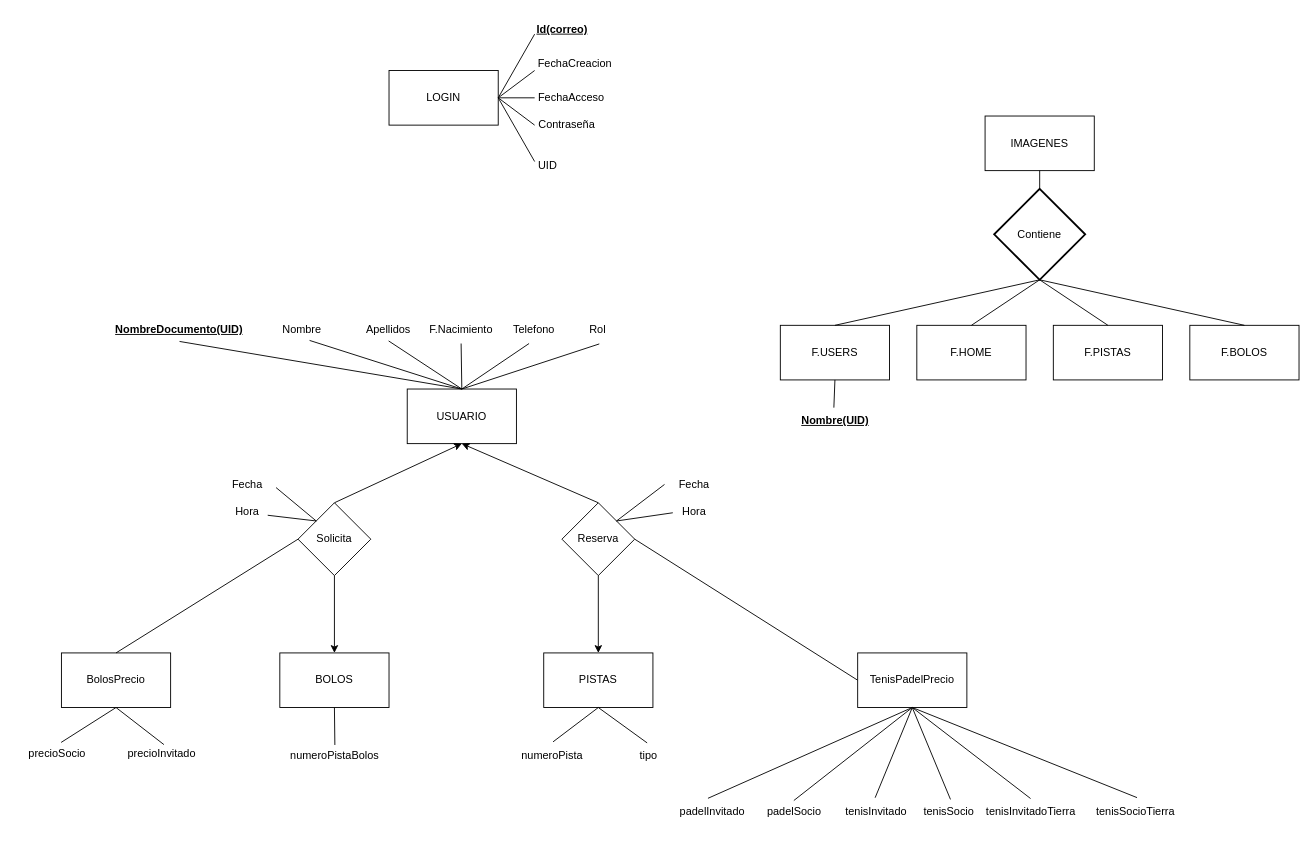
vod275/TFG_VIctor_Oliver keeps this draw.io diagram as Trabajo_Fin_Grado/E02/DiagramaClasesUso.drawio. Above is the earlier version. Source tidied: cells renumbered, new cells numbered last; positions are measured from the earlier drawing's top-left corner, leaving out a move shared by most shapes. Both pictures are drawn from the tidied source at 91%, with x=0, y=0 at pixel (15, 15).
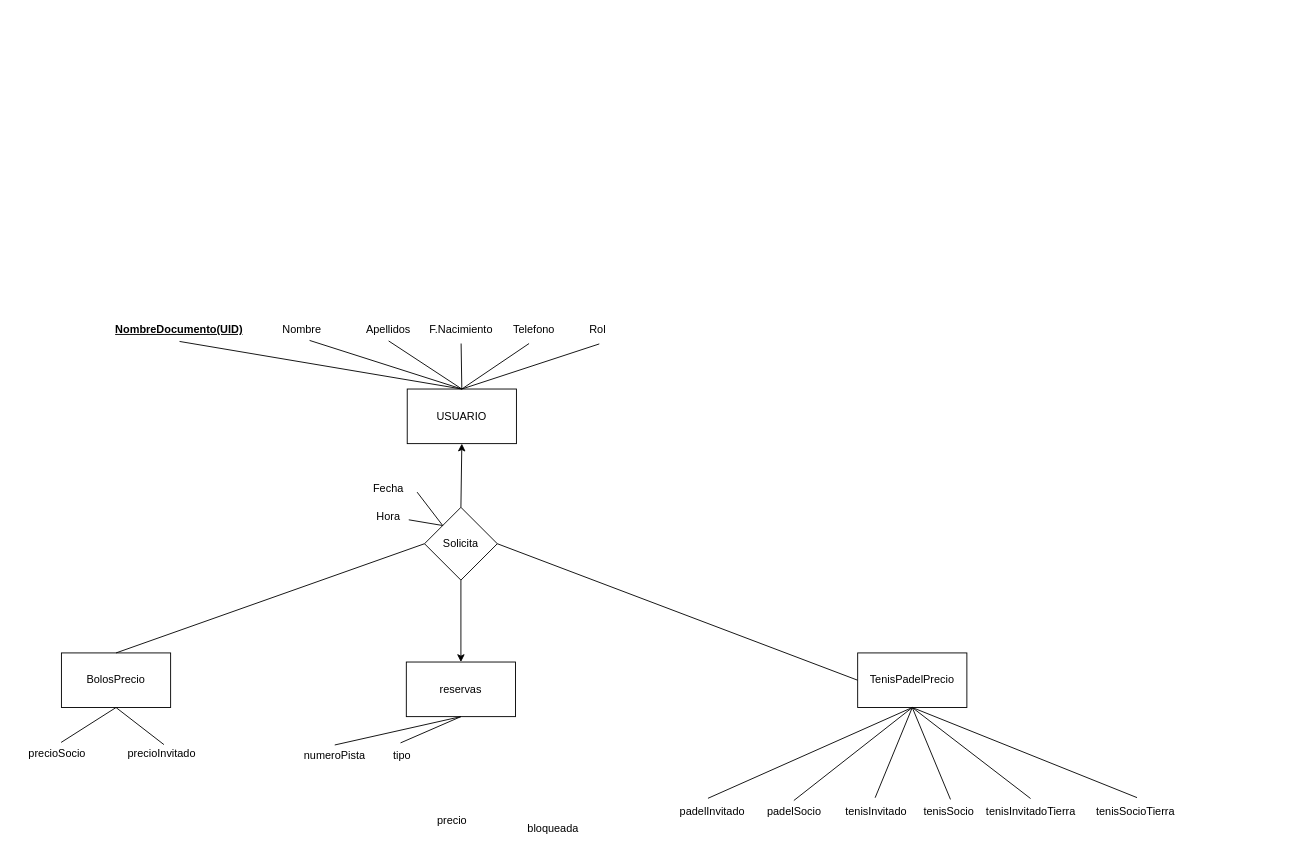
The same page after the edit.

Commit message (it also covers changes not shown here):
Funciona el bloqueo y reserva bolos

The change refers to these unchanged cells:
```xml
<mxCell id="5" value="USUARIO" style="rounded=0;whiteSpace=wrap;html=1;" parent="1" vertex="1">
  <mxGeometry x="430" y="410" width="120" height="60" as="geometry" />
</mxCell>
<mxCell id="62" value="TenisPadelPrecio" style="rounded=0;whiteSpace=wrap;html=1;" parent="1" vertex="1">
  <mxGeometry x="925" y="700" width="120" height="60" as="geometry" />
</mxCell>
```

What changed in the source:
```diff
@@
-    <mxCell id="2" value="Contiene" style="strokeWidth=2;html=1;shape=mxgraph.flowchart.decision;whiteSpace=wrap;rounded=0;" parent="1" vertex="1">
-      <mxGeometry x="1075" y="190" width="100" height="100" as="geometry" />
-    </mxCell>
-    <mxCell id="3" value="LOGIN" style="rounded=0;whiteSpace=wrap;html=1;" parent="1" vertex="1">
-      <mxGeometry x="410" y="60" width="120" height="60" as="geometry" />
-    </mxCell>
-    <mxCell id="4" value="IMAGENES" style="rounded=0;whiteSpace=wrap;html=1;" parent="1" vertex="1">
-      <mxGeometry x="1065" y="110" width="120" height="60" as="geometry" />
-    </mxCell>
@@
-    <mxCell id="6" style="endArrow=none;html=1;rounded=0;exitX=1;exitY=0.5;exitDx=0;exitDy=0;" parent="1" edge="1" source="3">
-      <mxGeometry relative="1" as="geometry">
-        <mxPoint x="570" y="20" as="targetPoint" />
-      </mxGeometry>
-    </mxCell>
-    <mxCell id="7" style="endArrow=none;html=1;rounded=0;" parent="1" edge="1">
-      <mxGeometry relative="1" as="geometry">
-        <mxPoint x="530" y="90" as="sourcePoint" />
-        <mxPoint x="570" y="90" as="targetPoint" />
-      </mxGeometry>
-    </mxCell>
-    <mxCell id="8" style="endArrow=none;html=1;rounded=0;exitX=1;exitY=0.5;exitDx=0;exitDy=0;" parent="1" edge="1" source="3">
-      <mxGeometry relative="1" as="geometry">
-        <mxPoint x="570" y="120" as="targetPoint" />
-      </mxGeometry>
-    </mxCell>
-    <mxCell id="9" style="endArrow=none;html=1;rounded=0;exitX=1;exitY=0.5;exitDx=0;exitDy=0;" parent="1" edge="1" source="3">
-      <mxGeometry relative="1" as="geometry">
-        <mxPoint x="570" y="60" as="targetPoint" />
-      </mxGeometry>
-    </mxCell>
-    <mxCell id="10" style="endArrow=none;html=1;rounded=0;exitX=1;exitY=0.5;exitDx=0;exitDy=0;" parent="1" edge="1" source="3">
-      <mxGeometry relative="1" as="geometry">
-        <mxPoint x="570" y="160" as="targetPoint" />
-      </mxGeometry>
-    </mxCell>
-    <mxCell id="11" value="Id(correo)" style="text;html=1;align=center;verticalAlign=middle;fontStyle=5;rounded=0;" parent="1" vertex="1">
-      <mxGeometry x="560" width="80" height="30" as="geometry" />
-    </mxCell>
-    <mxCell id="12" value="FechaCreacion" style="text;html=1;align=center;verticalAlign=middle;rounded=0;" parent="1" vertex="1">
-      <mxGeometry x="564" y="38" width="100" height="30" as="geometry" />
-    </mxCell>
-    <mxCell id="13" value="FechaAcceso" style="text;html=1;align=center;verticalAlign=middle;rounded=0;" parent="1" vertex="1">
-      <mxGeometry x="560" y="75" width="100" height="30" as="geometry" />
-    </mxCell>
-    <mxCell id="14" value="Contraseña" style="text;html=1;align=center;verticalAlign=middle;rounded=0;" parent="1" vertex="1">
-      <mxGeometry x="560" y="105" width="90" height="30" as="geometry" />
-    </mxCell>
-    <mxCell id="15" value="UID" style="text;html=1;align=center;verticalAlign=middle;rounded=0;" parent="1" vertex="1">
-      <mxGeometry x="564" y="150" width="40" height="30" as="geometry" />
-    </mxCell>
-    <mxCell id="16" value="F.USERS" style="rounded=0;whiteSpace=wrap;html=1;" parent="1" vertex="1">
-      <mxGeometry x="840" y="340" width="120" height="60" as="geometry" />
-    </mxCell>
-    <mxCell id="17" value="F.PISTAS" style="rounded=0;whiteSpace=wrap;html=1;" parent="1" vertex="1">
-      <mxGeometry x="1140" y="340" width="120" height="60" as="geometry" />
-    </mxCell>
-    <mxCell id="18" value="F.HOME" style="rounded=0;whiteSpace=wrap;html=1;" parent="1" vertex="1">
-      <mxGeometry x="990" y="340" width="120" height="60" as="geometry" />
-    </mxCell>
-    <mxCell id="19" style="endArrow=none;html=1;rounded=0;entryX=0.5;entryY=1;entryDx=0;entryDy=0;exitX=0.5;exitY=0;exitDx=0;exitDy=0;exitPerimeter=0;" parent="1" edge="1" source="2" target="4">
-      <mxGeometry relative="1" as="geometry" />
-    </mxCell>
-    <mxCell id="20" value="F.BOLOS" style="rounded=0;whiteSpace=wrap;html=1;" parent="1" vertex="1">
-      <mxGeometry x="1290" y="340" width="120" height="60" as="geometry" />
-    </mxCell>
-    <mxCell id="21" style="endArrow=none;html=1;rounded=0;entryX=0.5;entryY=1;entryDx=0;entryDy=0;entryPerimeter=0;exitX=0.5;exitY=0;exitDx=0;exitDy=0;" parent="1" edge="1" source="16" target="2">
-      <mxGeometry relative="1" as="geometry" />
-    </mxCell>
-    <mxCell id="22" style="endArrow=none;html=1;rounded=0;entryX=0.5;entryY=1;entryDx=0;entryDy=0;entryPerimeter=0;exitX=0.5;exitY=0;exitDx=0;exitDy=0;" parent="1" edge="1" source="18" target="2">
-      <mxGeometry relative="1" as="geometry" />
-    </mxCell>
-    <mxCell id="23" style="endArrow=none;html=1;rounded=0;entryX=0.5;entryY=1;entryDx=0;entryDy=0;entryPerimeter=0;exitX=0.5;exitY=0;exitDx=0;exitDy=0;" parent="1" edge="1" source="17" target="2">
-      <mxGeometry relative="1" as="geometry" />
-    </mxCell>
-    <mxCell id="24" style="endArrow=none;html=1;rounded=0;entryX=0.5;entryY=0;entryDx=0;entryDy=0;exitX=0.5;exitY=1;exitDx=0;exitDy=0;exitPerimeter=0;" parent="1" edge="1" source="2" target="20">
-      <mxGeometry relative="1" as="geometry" />
-    </mxCell>
-    <mxCell id="25" value="Reserva" style="rhombus;whiteSpace=wrap;html=1;rounded=0;" parent="1" vertex="1">
-      <mxGeometry x="600" y="535" width="80" height="80" as="geometry" />
-    </mxCell>
     <mxCell id="26" value="Solicita" style="rhombus;whiteSpace=wrap;html=1;rounded=0;" parent="1" vertex="1">
-      <mxGeometry x="310" y="535" width="80" height="80" as="geometry" />
+      <mxGeometry x="449" y="540" width="80" height="80" as="geometry" />
     </mxCell>
@@
     <mxCell id="37" value="Fecha" style="text;html=1;align=center;verticalAlign=middle;points=[];rounded=0;" parent="1" vertex="1">
-      <mxGeometry x="224" y="500" width="60" height="30" as="geometry" />
+      <mxGeometry x="379" y="505" width="60" height="30" as="geometry" />
     </mxCell>
     <mxCell id="38" value="Hora" style="text;html=1;align=center;verticalAlign=middle;points=[];rounded=0;" parent="1" vertex="1">
-      <mxGeometry x="229" y="530" width="50" height="30" as="geometry" />
+      <mxGeometry x="384" y="535" width="50" height="30" as="geometry" />
     </mxCell>
@@
-    <mxCell id="42" style="endArrow=classic;html=1;rounded=0;entryX=0.5;entryY=1;entryDx=0;entryDy=0;exitX=0.5;exitY=0;exitDx=0;exitDy=0;" parent="1" edge="1" source="25" target="5">
-      <mxGeometry relative="1" as="geometry" />
-    </mxCell>
@@
-    <mxCell id="44" value="BOLOS" style="rounded=0;whiteSpace=wrap;html=1;" parent="1" vertex="1">
-      <mxGeometry x="290" y="700" width="120" height="60" as="geometry" />
+    <mxCell id="44" value="reservas" style="rounded=0;whiteSpace=wrap;html=1;" parent="1" vertex="1">
+      <mxGeometry x="429" y="710" width="120" height="60" as="geometry" />
     </mxCell>
-    <mxCell id="45" value="numeroPistaBolos" style="text;html=1;align=center;verticalAlign=middle;points=[];fontStyle=0;rounded=0;" parent="1" vertex="1">
-      <mxGeometry x="290" y="798" width="120" height="30" as="geometry" />
+    <mxCell id="45" value="numeroPista" style="text;html=1;align=center;verticalAlign=middle;points=[];fontStyle=0;rounded=0;" parent="1" vertex="1">
+      <mxGeometry x="305" y="798" width="90" height="30" as="geometry" />
     </mxCell>
@@
-    <mxCell id="47" value="PISTAS" style="rounded=0;whiteSpace=wrap;html=1;" parent="1" vertex="1">
-      <mxGeometry x="580" y="700" width="120" height="60" as="geometry" />
-    </mxCell>
-    <mxCell id="48" style="endArrow=classic;html=1;rounded=0;exitX=0.5;exitY=1;exitDx=0;exitDy=0;entryX=0.5;entryY=0;entryDx=0;entryDy=0;" parent="1" edge="1" source="25" target="47">
-      <mxGeometry relative="1" as="geometry" />
-    </mxCell>
-    <mxCell id="49" value="Fecha" style="text;html=1;align=center;verticalAlign=middle;points=[];rounded=0;" parent="1" vertex="1">
-      <mxGeometry x="715" y="500" width="60" height="30" as="geometry" />
-    </mxCell>
-    <mxCell id="50" value="Hora" style="text;html=1;align=center;verticalAlign=middle;points=[];rounded=0;" parent="1" vertex="1">
-      <mxGeometry x="720" y="530" width="50" height="30" as="geometry" />
-    </mxCell>
-    <mxCell id="51" style="endArrow=none;html=1;rounded=0;entryX=-0.038;entryY=0.495;entryDx=0;entryDy=0;entryPerimeter=0;exitX=1;exitY=0;exitDx=0;exitDy=0;" parent="1" edge="1" source="25" target="49">
-      <mxGeometry relative="1" as="geometry" />
-    </mxCell>
-    <mxCell id="52" style="endArrow=none;html=1;rounded=0;entryX=0.037;entryY=0.533;entryDx=0;entryDy=0;entryPerimeter=0;exitX=1;exitY=0;exitDx=0;exitDy=0;" parent="1" edge="1" source="25" target="50">
-      <mxGeometry relative="1" as="geometry" />
-    </mxCell>
-    <mxCell id="53" style="endArrow=none;html=1;rounded=0;entryX=0;entryY=0.5;entryDx=0;entryDy=0;exitX=1;exitY=0.5;exitDx=0;exitDy=0;" parent="1" edge="1" source="25" target="62">
+    <mxCell id="53" style="endArrow=none;html=1;rounded=0;entryX=0;entryY=0.5;entryDx=0;entryDy=0;exitX=1;exitY=0.5;exitDx=0;exitDy=0;" parent="1" edge="1" source="26" target="62">
       <mxGeometry relative="1" as="geometry" />
     </mxCell>
-    <mxCell id="54" value="numeroPista" style="text;html=1;align=center;verticalAlign=middle;points=[];rounded=0;" parent="1" vertex="1">
-      <mxGeometry x="544" y="798" width="90" height="30" as="geometry" />
-    </mxCell>
     <mxCell id="55" value="tipo" style="text;html=1;align=center;verticalAlign=middle;points=[];rounded=0;" parent="1" vertex="1">
-      <mxGeometry x="675" y="798" width="40" height="30" as="geometry" />
+      <mxGeometry x="404" y="798" width="40" height="30" as="geometry" />
     </mxCell>
-    <mxCell id="56" style="endArrow=none;html=1;rounded=0;exitX=0.514;exitY=-0.01;exitDx=0;exitDy=0;exitPerimeter=0;entryX=0.5;entryY=1;entryDx=0;entryDy=0;" parent="1" edge="1" source="54" target="47">
-      <mxGeometry relative="1" as="geometry" />
-    </mxCell>
-    <mxCell id="57" style="endArrow=none;html=1;rounded=0;exitX=0.466;exitY=0.029;exitDx=0;exitDy=0;exitPerimeter=0;entryX=0.5;entryY=1;entryDx=0;entryDy=0;" parent="1" edge="1" source="55" target="47">
+    <mxCell id="57" style="endArrow=none;html=1;rounded=0;exitX=0.466;exitY=0.029;exitDx=0;exitDy=0;exitPerimeter=0;entryX=0.5;entryY=1;entryDx=0;entryDy=0;" parent="1" edge="1" source="55" target="44">
       <mxGeometry relative="1" as="geometry" />
     </mxCell>
@@
-    <mxCell id="60" value="Nombre(UID)" style="text;html=1;align=center;verticalAlign=middle;points=[];strokeColor=none;fillColor=none;fontStyle=5;" parent="1" vertex="1">
-      <mxGeometry x="855" y="430" width="90" height="30" as="geometry" />
-    </mxCell>
-    <mxCell id="61" style="endArrow=none;html=1;rounded=0;entryX=0.5;entryY=1;entryDx=0;entryDy=0;exitX=0.487;exitY=0.015;exitDx=0;exitDy=0;exitPerimeter=0;" parent="1" edge="1" source="60" target="16">
-      <mxGeometry relative="1" as="geometry" />
-    </mxCell>
@@
+    <mxCell id="81" value="precio" style="text;html=1;align=center;verticalAlign=middle;strokeColor=none;fillColor=none;" parent="1" vertex="1">
+      <mxGeometry x="449" y="870" width="60" height="30" as="geometry" />
+    </mxCell>
+    <mxCell id="82" value="bloqueada" style="text;html=1;align=center;verticalAlign=middle;strokeColor=none;fillColor=none;" parent="1" vertex="1">
+      <mxGeometry x="550" y="878" width="80" height="30" as="geometry" />
+    </mxCell>
```
